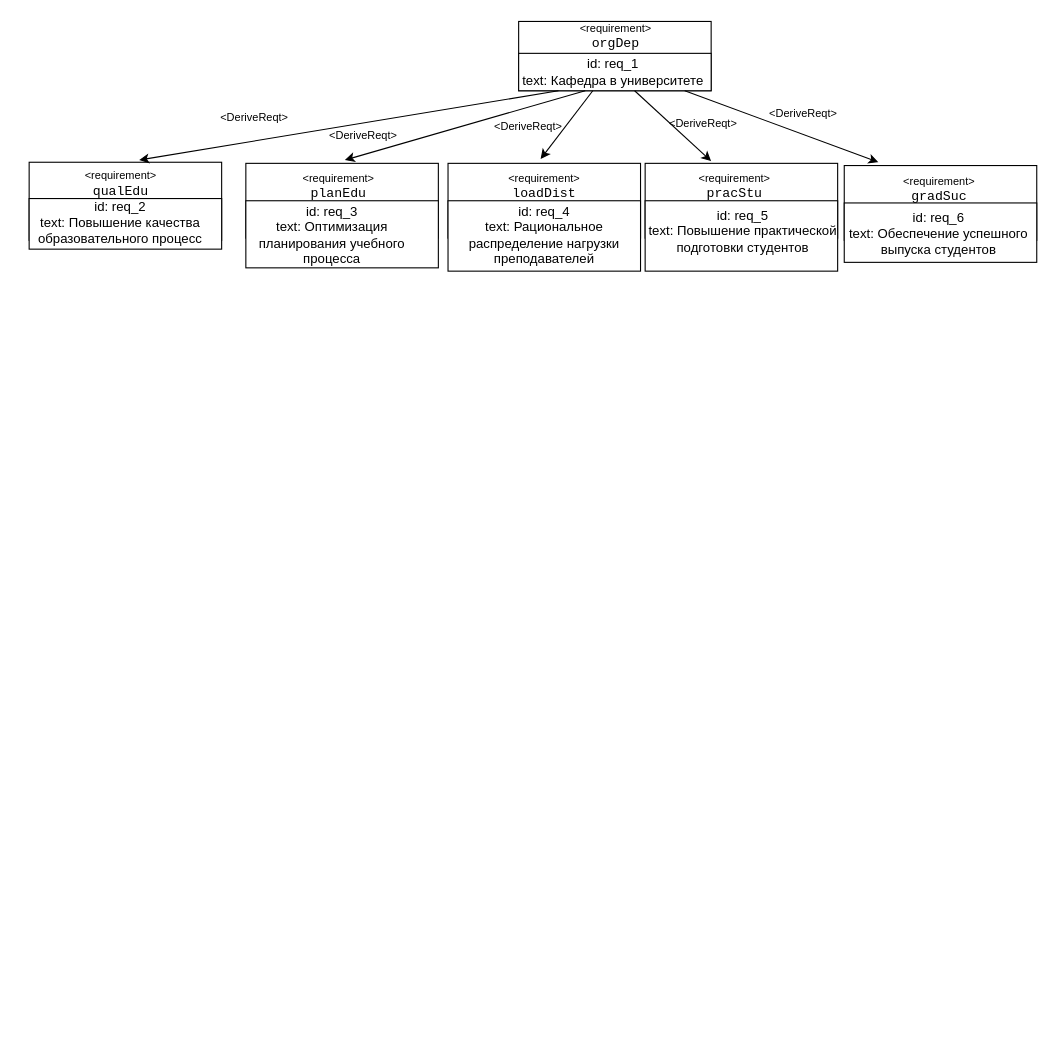
Above: курсовая_гимранова.drawio in knorke102/schemes (draw.io), before the change. Source tidied: cells renumbered, new cells numbered last; positions are measured from the earlier drawing's top-left corner, leaving out a move shared by most shapes. Both pictures are drawn from the tidied source at 110%, with x=0, y=0 at pixel (19, 21).
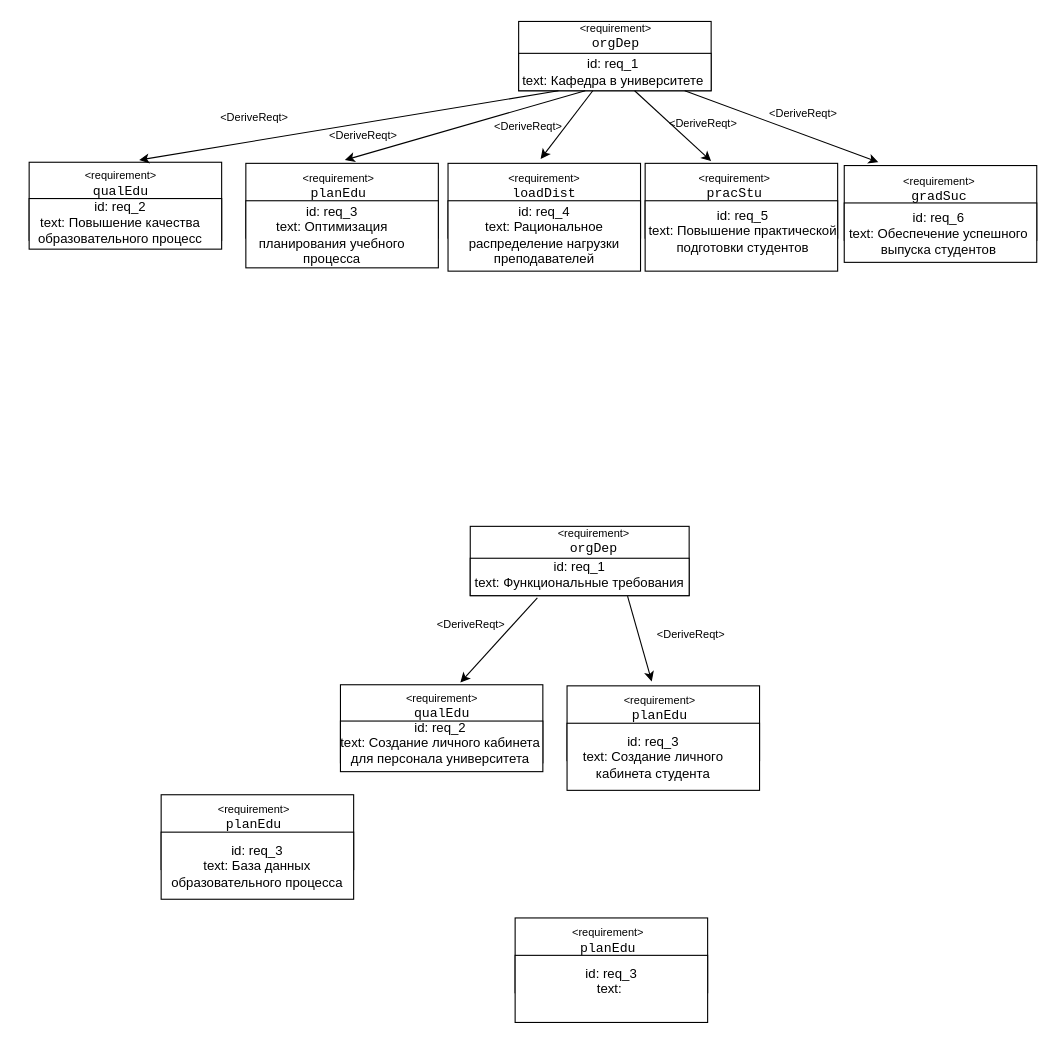
After the change.

What changed in the source:
```diff
@@
+    <mxCell id="37" style="rounded=0;whiteSpace=wrap;html=1;" parent="1" vertex="1">
+      <mxGeometry x="410" y="459" width="199" height="63" as="geometry" />
+    </mxCell>
+    <mxCell id="38" value="&lt;font style=&quot;font-size: 10px;&quot;&gt;&amp;lt;requirement&amp;gt;&lt;/font&gt;&lt;div&gt;&lt;code&gt;orgDep&lt;/code&gt;&lt;/div&gt;" style="text;html=1;align=center;verticalAlign=middle;whiteSpace=wrap;rounded=0;" parent="1" vertex="1">
+      <mxGeometry x="489.8" y="462" width="65" height="19" as="geometry" />
+    </mxCell>
+    <mxCell id="39" style="rounded=0;whiteSpace=wrap;html=1;" parent="1" vertex="1">
+      <mxGeometry x="410" y="488" width="199" height="34" as="geometry" />
+    </mxCell>
+    <mxCell id="40" value="id: req_1&lt;div&gt;text: Функциональные требования&lt;/div&gt;" style="text;html=1;align=center;verticalAlign=middle;whiteSpace=wrap;rounded=0;" parent="1" vertex="1">
+      <mxGeometry x="410" y="488" width="199" height="30" as="geometry" />
+    </mxCell>
+    <mxCell id="41" style="rounded=0;whiteSpace=wrap;html=1;" parent="1" vertex="1">
+      <mxGeometry x="292" y="603" width="184" height="71" as="geometry" />
+    </mxCell>
+    <mxCell id="42" value="&lt;font style=&quot;font-size: 10px;&quot;&gt;&amp;lt;requirement&amp;gt;&lt;/font&gt;&lt;div&gt;&lt;code&gt;qualEdu&lt;/code&gt;&lt;/div&gt;" style="text;html=1;align=center;verticalAlign=middle;whiteSpace=wrap;rounded=0;" parent="1" vertex="1">
+      <mxGeometry x="351.5" y="612" width="65" height="19" as="geometry" />
+    </mxCell>
+    <mxCell id="43" style="rounded=0;whiteSpace=wrap;html=1;" parent="1" vertex="1">
+      <mxGeometry x="292" y="636" width="184" height="46" as="geometry" />
+    </mxCell>
+    <mxCell id="44" value="id: req_2&lt;div&gt;text: Создание личного кабинета для персонала университета&lt;br&gt;&lt;/div&gt;" style="text;html=1;align=center;verticalAlign=middle;whiteSpace=wrap;rounded=0;" parent="1" vertex="1">
+      <mxGeometry x="290" y="636" width="186" height="40.2" as="geometry" />
+    </mxCell>
+    <mxCell id="45" style="rounded=0;whiteSpace=wrap;html=1;" parent="1" vertex="1">
+      <mxGeometry x="498" y="604" width="175" height="68" as="geometry" />
+    </mxCell>
+    <mxCell id="46" value="&lt;font style=&quot;font-size: 10px;&quot;&gt;&amp;lt;requirement&amp;gt;&lt;/font&gt;&lt;div&gt;&lt;code&gt;planEdu&lt;/code&gt;&lt;/div&gt;" style="text;html=1;align=center;verticalAlign=middle;whiteSpace=wrap;rounded=0;" parent="1" vertex="1">
+      <mxGeometry x="550" y="614" width="65" height="19" as="geometry" />
+    </mxCell>
+    <mxCell id="47" style="rounded=0;whiteSpace=wrap;html=1;" parent="1" vertex="1">
+      <mxGeometry x="498" y="638" width="175" height="61" as="geometry" />
+    </mxCell>
+    <mxCell id="48" value="id: req_3&lt;div&gt;text: Создание личного кабинета студента&lt;/div&gt;" style="text;html=1;align=center;verticalAlign=middle;whiteSpace=wrap;rounded=0;" parent="1" vertex="1">
+      <mxGeometry x="485" y="650.5" width="182.5" height="36" as="geometry" />
+    </mxCell>
+    <mxCell id="49" style="edgeStyle=orthogonalEdgeStyle;rounded=0;orthogonalLoop=1;jettySize=auto;html=1;exitX=0.5;exitY=1;exitDx=0;exitDy=0;" parent="1" edge="1" source="44" target="44">
+      <mxGeometry relative="1" as="geometry" />
+    </mxCell>
+    <mxCell id="50" style="endArrow=classic;html=1;rounded=0;" parent="1" edge="1">
+      <mxGeometry relative="1" as="geometry">
+        <mxPoint x="471" y="524" as="sourcePoint" />
+        <mxPoint x="401" y="601" as="targetPoint" />
+      </mxGeometry>
+    </mxCell>
+    <mxCell id="51" style="endArrow=classic;html=1;rounded=0;exitX=0.75;exitY=1;exitDx=0;exitDy=0;" parent="1" edge="1">
+      <mxGeometry relative="1" as="geometry">
+        <mxPoint x="553" y="522.5" as="sourcePoint" />
+        <mxPoint x="575" y="600" as="targetPoint" />
+      </mxGeometry>
+    </mxCell>
+    <mxCell id="52" value="&lt;font style=&quot;font-size: 10px;&quot;&gt;&amp;lt;DeriveReqt&amp;gt;&lt;/font&gt;" style="text;html=1;align=center;verticalAlign=middle;whiteSpace=wrap;rounded=0;" parent="1" vertex="1">
+      <mxGeometry x="381" y="533" width="60" height="30" as="geometry" />
+    </mxCell>
+    <mxCell id="53" value="&lt;font style=&quot;font-size: 10px;&quot;&gt;&amp;lt;DeriveReqt&amp;gt;&lt;/font&gt;" style="text;html=1;align=center;verticalAlign=middle;whiteSpace=wrap;rounded=0;" parent="1" vertex="1">
+      <mxGeometry x="581" y="542" width="60" height="30" as="geometry" />
+    </mxCell>
+    <mxCell id="54" style="rounded=0;whiteSpace=wrap;html=1;" parent="1" vertex="1">
+      <mxGeometry x="129" y="703" width="175" height="68" as="geometry" />
+    </mxCell>
+    <mxCell id="55" value="&lt;font style=&quot;font-size: 10px;&quot;&gt;&amp;lt;requirement&amp;gt;&lt;/font&gt;&lt;div&gt;&lt;code&gt;planEdu&lt;/code&gt;&lt;/div&gt;" style="text;html=1;align=center;verticalAlign=middle;whiteSpace=wrap;rounded=0;" parent="1" vertex="1">
+      <mxGeometry x="181" y="713" width="65" height="19" as="geometry" />
+    </mxCell>
+    <mxCell id="56" style="rounded=0;whiteSpace=wrap;html=1;" parent="1" vertex="1">
+      <mxGeometry x="129" y="737" width="175" height="61" as="geometry" />
+    </mxCell>
+    <mxCell id="57" value="id: req_3&lt;div&gt;text: База данных образовательного процесса&lt;br&gt;&lt;/div&gt;" style="text;html=1;align=center;verticalAlign=middle;whiteSpace=wrap;rounded=0;" parent="1" vertex="1">
+      <mxGeometry x="125.2" y="749.5" width="182.5" height="36" as="geometry" />
+    </mxCell>
+    <mxCell id="58" style="rounded=0;whiteSpace=wrap;html=1;" parent="1" vertex="1">
+      <mxGeometry x="450.8" y="815" width="175" height="68" as="geometry" />
+    </mxCell>
+    <mxCell id="59" value="&lt;font style=&quot;font-size: 10px;&quot;&gt;&amp;lt;requirement&amp;gt;&lt;/font&gt;&lt;div&gt;&lt;code&gt;planEdu&lt;/code&gt;&lt;/div&gt;" style="text;html=1;align=center;verticalAlign=middle;whiteSpace=wrap;rounded=0;" parent="1" vertex="1">
+      <mxGeometry x="502.8" y="825" width="65" height="19" as="geometry" />
+    </mxCell>
+    <mxCell id="60" style="rounded=0;whiteSpace=wrap;html=1;" parent="1" vertex="1">
+      <mxGeometry x="450.8" y="849" width="175" height="61" as="geometry" />
+    </mxCell>
+    <mxCell id="61" value="id: req_3&lt;div&gt;text:&amp;nbsp;&lt;br&gt;&lt;br&gt;&lt;/div&gt;" style="text;html=1;align=center;verticalAlign=middle;whiteSpace=wrap;rounded=0;" parent="1" vertex="1">
+      <mxGeometry x="447" y="861.5" width="182.5" height="36" as="geometry" />
+    </mxCell>
```
